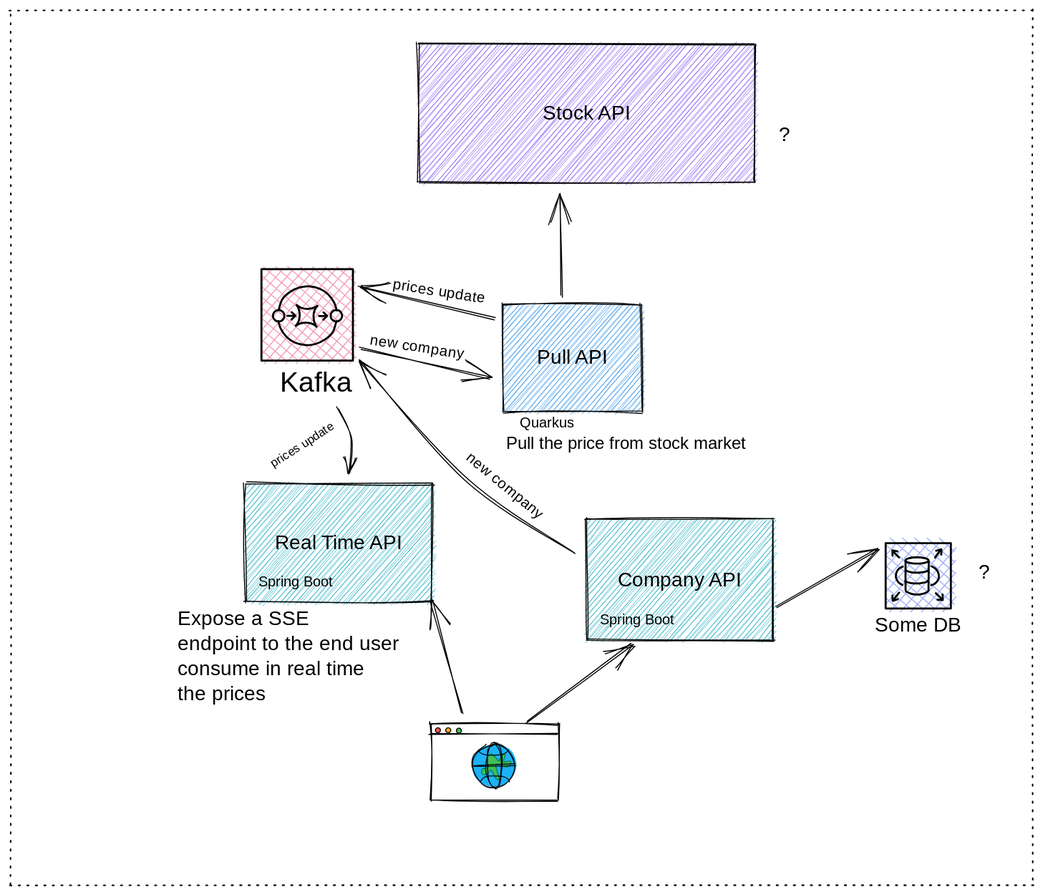
Earlier version of the Excalidraw export docs/idea.excalidraw.svg (jonasalessi/stock-prices-monitor). Source tidied: one line per element, renumbered; positions are measured from the earlier drawing's top-left corner, leaving out a move shared by most shapes.
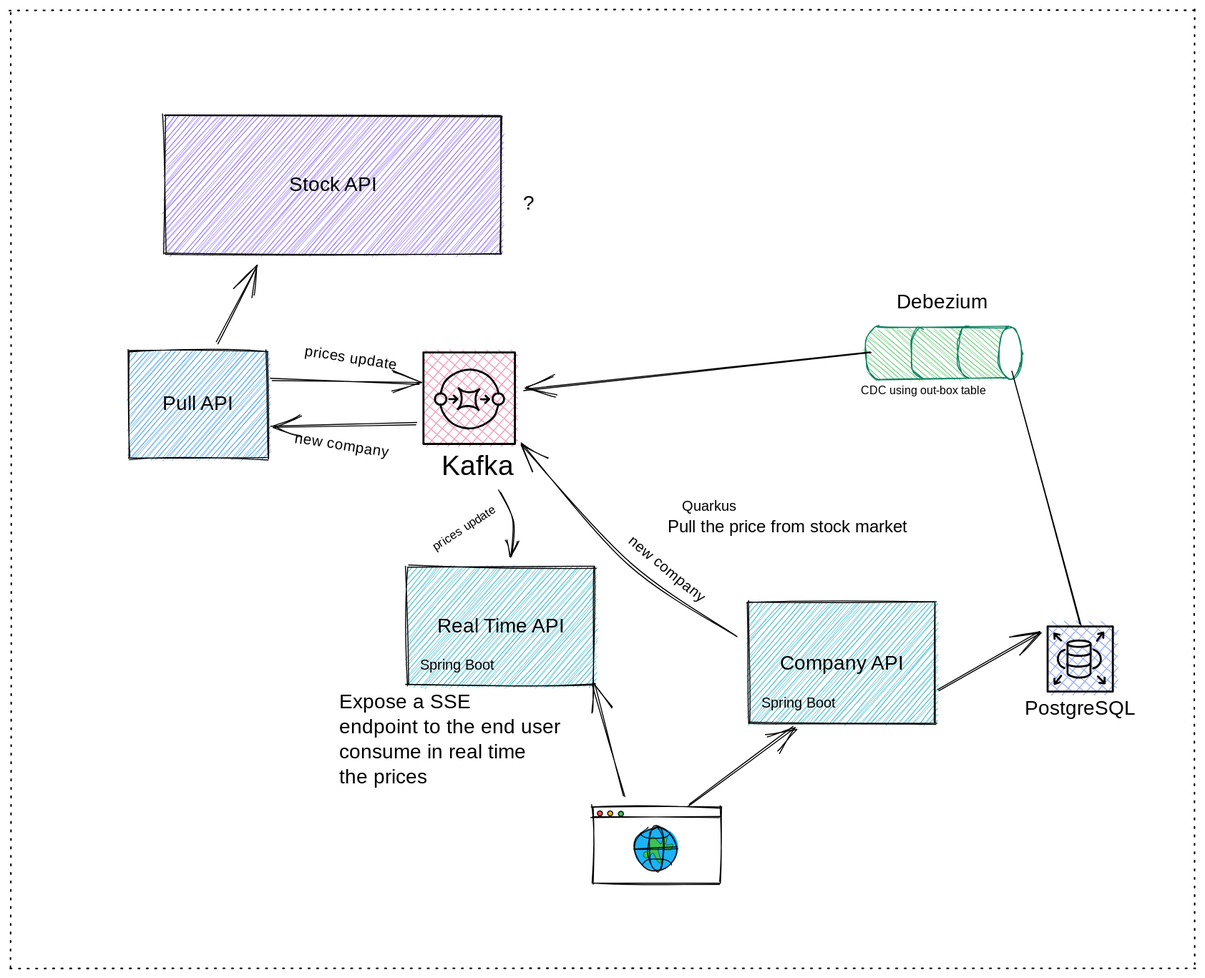
The same file after the commit.

Commit message:
Adjusts the diagram

What changed in the source:
```diff
@@ -1,7 +1,7 @@
-{"id": 0, "type": "rectangle", "strokeColor": "#000000", "backgroundColor": "#7950f2", "fillStyle": "hachure", "strokeWidth": 1, "roughness": 1, "x": 408, "y": 34, "width": 336, "height": 138}
+{"id": 0, "type": "rectangle", "strokeColor": "#000000", "backgroundColor": "#7950f2", "fillStyle": "hachure", "strokeWidth": 1, "roughness": 1, "x": -7, "y": 22, "width": 336, "height": 138}
-{"id": 1, "type": "rectangle", "strokeColor": "#000000", "backgroundColor": "#228be6", "fillStyle": "hachure", "strokeWidth": 1, "roughness": 1, "x": 492, "y": 294, "width": 139, "height": 107}
+{"id": 1, "type": "rectangle", "strokeColor": "#000000", "backgroundColor": "#228be6", "fillStyle": "hachure", "strokeWidth": 1, "roughness": 1, "x": -44, "y": 257, "width": 139, "height": 107}
-{"id": 2, "type": "text", "text": "Pull API", "strokeColor": "#000000", "strokeWidth": 1, "roughness": 1, "fontSize": 20, "fontFamily": 1, "textAlign": "center", "verticalAlign": "middle", "inside": 1, "x": 496, "y": 334, "width": 129, "height": 27}
+{"id": 2, "type": "text", "text": "Pull API", "strokeColor": "#000000", "strokeWidth": 1, "roughness": 1, "fontSize": 20, "fontFamily": 1, "textAlign": "center", "verticalAlign": "middle", "inside": 1, "x": -38, "y": 297, "width": 129, "height": 27}
-{"id": 3, "type": "text", "text": "Some DB", "strokeColor": "#000000", "strokeWidth": 1, "roughness": 1, "fontSize": 20, "fontFamily": 1, "textAlign": "center", "x": 862, "y": 602, "width": 88, "height": 25}
+{"id": 3, "type": "text", "text": "PostgreSQL", "strokeColor": "#000000", "strokeWidth": 1, "roughness": 1, "fontSize": 20, "fontFamily": 1, "textAlign": "center", "x": 849, "y": 602, "width": 115, "height": 25}
 {"id": 4, "type": "rectangle", "strokeColor": "#000000", "backgroundColor": "#4c6ef588", "fillStyle": "cross-hatch", "strokeWidth": 2, "roughness": 0, "x": 874, "y": 532, "width": 65, "height": 65}
 {"id": 5, "type": "line", "strokeColor": "#000000", "angle": 6.07, "backgroundColor": "#fd7e14", "fillStyle": "cross-hatch", "strokeWidth": 2, "roughness": 0, "endArrowhead": "arrow", "x": 925, "y": 581, "width": 5, "height": 7, "points": [[0, 0], [5, 7]]}
 {"id": 6, "type": "line", "strokeColor": "#000000", "angle": 0.03, "backgroundColor": "#fd7e14", "fillStyle": "cross-hatch", "strokeWidth": 2, "roughness": 0, "endArrowhead": "arrow", "x": 928, "y": 539, "width": 5, "height": 7, "points": [[0, 0], [-5, 7]]}
@@ -17,7 +17,7 @@
 {"id": 16, "type": "line", "strokeColor": "#000000", "strokeWidth": 2, "roughness": 0, "x": 893, "y": 570, "width": 23, "height": 3, "points": [[0, 0], [1, 1], [2, 2], [4, 2], [8, 3], [12, 3], [15, 2], [18, 2], [21, 1], [22, 1], [23, 0]]}
 {"id": 17, "type": "arrow", "strokeColor": "#000000", "angle": 6.03, "backgroundColor": "#fd7e14", "fillStyle": "cross-hatch", "strokeWidth": 2, "roughness": 0, "from": 14, "x": 893, "y": 556, "width": 9, "height": 18, "points": [[0, 0], [-3, 1], [-6, 2], [-8, 4], [-9, 7], [-9, 10], [-9, 13], [-7, 16], [-5, 18]]}
 {"id": 18, "type": "arrow", "strokeColor": "#000000", "angle": 0.31, "backgroundColor": "#fd7e14", "fillStyle": "cross-hatch", "strokeWidth": 2, "roughness": 0, "from": 14, "x": 917, "y": 556, "width": 11, "height": 18, "points": [[0, 0], [4, 1], [7, 2], [9, 4], [10, 7], [11, 10], [10, 13], [8, 16], [6, 18]]}
-{"id": 19, "type": "arrow", "strokeColor": "#000000", "strokeWidth": 1, "roughness": 1, "endArrowhead": "arrow", "from": 1, "to": 0, "x": 551, "y": 286, "width": 3, "height": 102, "points": [[0, 0], [-3, -102]]}
+{"id": 19, "type": "arrow", "strokeColor": "#000000", "strokeWidth": 1, "roughness": 1, "endArrowhead": "arrow", "from": 1, "to": 0, "x": 45, "y": 249, "width": 39, "height": 77, "points": [[0, 0], [39, -77]]}
 {"id": 20, "type": "arrow", "strokeColor": "#000000", "strokeWidth": 1, "roughness": 1, "endArrowhead": "arrow", "from": 56, "to": 4, "x": 764, "y": 597, "width": 102, "height": 58, "points": [[0, 0], [102, -58]]}
 {"id": 21, "type": "rectangle", "strokeColor": "#000000", "backgroundColor": "#15aabf", "fillStyle": "hachure", "strokeWidth": 1, "roughness": 1, "x": 234, "y": 473, "width": 187, "height": 118}
 {"id": 22, "type": "text", "text": "Real Time API", "strokeColor": "#000000", "strokeWidth": 1, "roughness": 1, "fontSize": 20, "fontFamily": 1, "textAlign": "center", "verticalAlign": "middle", "inside": 21, "x": 240, "y": 519, "width": 177, "height": 27}
@@ -33,7 +33,7 @@
 {"id": 32, "type": "line", "strokeColor": "#000000", "strokeWidth": 2, "roughness": 0, "x": 268, "y": 299, "width": 58, "height": 24, "points": [[0, 0], [4, -11], [12, -18], [21, -23], [31, -24], [42, -21], [50, -16], [56, -7], [58, 0]]}
 {"id": 33, "type": "line", "strokeColor": "#000000", "angle": 3.14, "strokeWidth": 2, "roughness": 0, "x": 268, "y": 334, "width": 58, "height": 24, "points": [[0, 0], [4, -11], [12, -18], [21, -23], [31, -24], [42, -21], [50, -16], [56, -7], [58, 0]]}
 {"id": 34, "type": "text", "text": "Kafka", "strokeColor": "#000000", "strokeWidth": 1, "roughness": 1, "fontSize": 28.05, "fontFamily": 1, "x": 269, "y": 356, "width": 83, "height": 35}
-{"id": 35, "type": "arrow", "strokeColor": "#000000", "strokeWidth": 1, "roughness": 1, "endArrowhead": "arrow", "from": 1, "to": 23, "x": 484, "y": 307, "width": 135, "height": 31, "points": [[0, 0], [-135, -31]]}
+{"id": 35, "type": "arrow", "strokeColor": "#000000", "strokeWidth": 1, "roughness": 1, "endArrowhead": "arrow", "from": 23, "to": 1, "x": 243, "y": 329, "width": 144, "height": 4, "points": [[0, 0], [-144, 4]]}
 {"id": 36, "type": "arrow", "strokeColor": "#000000", "strokeWidth": 1, "roughness": 1, "endArrowhead": "arrow", "from": 34, "to": 21, "x": 326, "y": 397, "width": 15, "height": 65, "points": [[0, 0], [15, 30], [13, 65]]}
 {"id": 37, "type": "rectangle", "strokeColor": "#000000", "strokeWidth": 1, "roughness": 1, "x": 420, "y": 712, "width": 128, "height": 77}
 {"id": 38, "type": "line", "strokeColor": "#000000", "strokeWidth": 1, "roughness": 1, "x": 419, "y": 723, "width": 129, "height": 0, "points": [[0, 0], [129, 0]]}
@@ -46,14 +46,13 @@
 {"id": 45, "type": "line", "strokeColor": "#000000", "backgroundColor": "#99bcff", "fillStyle": "solid", "strokeWidth": 1, "roughness": 0, "opacity": 90, "x": 468, "y": 738, "width": 29, "height": 6, "points": [[0, 0], [1, 2], [4, 4], [9, 5], [15, 5], [24, 5], [28, 2], [29, 0]]}
 {"id": 46, "type": "ellipse", "strokeColor": "#000000", "strokeWidth": 1, "roughness": 1, "opacity": 90, "x": 476, "y": 731, "width": 16, "height": 45}
 {"id": 47, "type": "line", "strokeColor": "#000000", "backgroundColor": "#99bcff", "fillStyle": "solid", "strokeWidth": 1, "roughness": 0, "opacity": 90, "x": 469, "y": 770, "width": 29, "height": 6, "points": [[0, 0], [4, -4], [9, -6], [15, -6], [24, -5], [28, -2], [29, 0]]}
-{"id": 48, "type": "text", "text": "Stock API", "strokeColor": "#000000", "strokeWidth": 1, "roughness": 1, "fontSize": 20, "fontFamily": 1, "textAlign": "center", "verticalAlign": "middle", "inside": 0, "x": 412, "y": 90, "width": 326, "height": 27}
+{"id": 48, "type": "text", "text": "Stock API", "strokeColor": "#000000", "strokeWidth": 1, "roughness": 1, "fontSize": 20, "fontFamily": 1, "textAlign": "center", "verticalAlign": "middle", "inside": 0, "x": -2, "y": 78, "width": 326, "height": 27}
 {"id": 49, "type": "text", "text": "Pull the price from stock market", "strokeColor": "#000000", "backgroundColor": "#15aabf", "fillStyle": "hachure", "strokeWidth": 1, "roughness": 1, "fontSize": 17.09, "fontFamily": 1, "x": 495, "y": 423, "width": 277, "height": 21}
-{"id": 50, "type": "text", "text": "?", "strokeColor": "#000000", "backgroundColor": "#15aabf", "fillStyle": "hachure", "strokeWidth": 1, "roughness": 1, "fontSize": 20, "fontFamily": 1, "x": 967, "y": 549, "width": 10, "height": 25}
 {"id": 51, "type": "text", "text": "Expose a SSE \nendpoint to the end user \nconsume in real time \nthe prices", "strokeColor": "#000000", "backgroundColor": "#15aabf", "fillStyle": "hachure", "strokeWidth": 1, "roughness": 1, "fontSize": 20, "fontFamily": 1, "x": 167, "y": 596, "width": 256, "height": 100}
-{"id": 52, "type": "text", "text": "?", "strokeColor": "#000000", "backgroundColor": "#15aabf", "fillStyle": "hachure", "strokeWidth": 1, "roughness": 1, "fontSize": 20, "fontFamily": 1, "x": 767, "y": 113, "width": 10, "height": 25}
+{"id": 52, "type": "text", "text": "?", "strokeColor": "#000000", "backgroundColor": "#15aabf", "fillStyle": "hachure", "strokeWidth": 1, "roughness": 1, "fontSize": 20, "fontFamily": 1, "x": 350, "y": 98, "width": 10, "height": 25}
 {"id": 53, "type": "text", "text": "Quarkus", "strokeColor": "#000000", "backgroundColor": "#15aabf", "fillStyle": "hachure", "strokeWidth": 1, "roughness": 1, "fontSize": 14.2, "fontFamily": 1, "x": 509, "y": 404, "width": 57, "height": 18}
 {"id": 54, "type": "text", "text": "Spring Boot", "strokeColor": "#000000", "backgroundColor": "#15aabf", "fillStyle": "hachure", "strokeWidth": 1, "roughness": 1, "fontSize": 14.2, "fontFamily": 1, "x": 248, "y": 562, "width": 81, "height": 18}
-{"id": 55, "type": "rectangle", "strokeColor": "#000000", "strokeWidth": 1, "strokeStyle": "dotted", "roughness": 1, "x": 0, "y": 0, "width": 1021, "height": 873}
+{"id": 55, "type": "rectangle", "strokeColor": "#000000", "strokeWidth": 1, "strokeStyle": "dotted", "roughness": 1, "x": -162, "y": -83, "width": 1183, "height": 956}
 {"id": 56, "type": "rectangle", "strokeColor": "#000000", "backgroundColor": "#15aabf", "fillStyle": "hachure", "strokeWidth": 1, "roughness": 1, "x": 575, "y": 508, "width": 187, "height": 121}
 {"id": 57, "type": "text", "text": "Company API", "strokeColor": "#000000", "backgroundColor": "#228be6", "fillStyle": "hachure", "strokeWidth": 1, "roughness": 1, "fontSize": 20, "fontFamily": 1, "textAlign": "center", "verticalAlign": "middle", "inside": 56, "x": 580, "y": 556, "width": 177, "height": 27}
 {"id": 58, "type": "arrow", "strokeColor": "#000000", "backgroundColor": "#228be6", "fillStyle": "hachure", "strokeWidth": 1, "roughness": 1, "endArrowhead": "arrow", "from": 56, "to": 23, "x": 563, "y": 542, "width": 214, "height": 193, "points": [[0, 0], [-107, -72], [-214, -193]]}
@@ -61,7 +60,15 @@
 {"id": 60, "type": "arrow", "strokeColor": "#000000", "backgroundColor": "#228be6", "fillStyle": "hachure", "strokeWidth": 1, "roughness": 1, "endArrowhead": "arrow", "from": 41, "to": 51, "x": 452, "y": 702, "width": 32, "height": 112, "points": [[0, 0], [-32, -112]]}
 {"id": 61, "type": "text", "text": "Spring Boot", "strokeColor": "#000000", "backgroundColor": "#15aabf", "fillStyle": "hachure", "strokeWidth": 1, "roughness": 1, "fontSize": 14.2, "fontFamily": 1, "x": 588, "y": 600, "width": 81, "height": 18}
 {"id": 62, "type": "text", "text": "new company", "strokeColor": "#000000", "angle": 0.69, "strokeWidth": 1, "roughness": 1, "fontSize": 14.66, "fontFamily": 1, "x": 447, "y": 464, "width": 87, "height": 18}
-{"id": 63, "type": "text", "text": "prices update", "strokeColor": "#000000", "angle": 0.15, "strokeWidth": 1, "roughness": 1, "fontSize": 14.66, "fontFamily": 1, "x": 382, "y": 273, "width": 98, "height": 18}
+{"id": 63, "type": "text", "text": "prices update", "strokeColor": "#000000", "angle": 0.15, "strokeWidth": 1, "roughness": 1, "fontSize": 14.66, "fontFamily": 1, "x": 132, "y": 256, "width": 98, "height": 18}
-{"id": 64, "type": "arrow", "strokeColor": "#000000", "strokeWidth": 1, "roughness": 1, "endArrowhead": "arrow", "from": 25, "to": 1, "x": 349, "y": 337, "width": 130, "height": 31, "points": [[0, 0], [130, 31]]}
+{"id": 64, "type": "arrow", "strokeColor": "#000000", "strokeWidth": 1, "roughness": 1, "endArrowhead": "arrow", "from": 1, "to": 23, "x": 99, "y": 285, "width": 148, "height": 5, "points": [[0, 0], [148, 5]]}
-{"id": 65, "type": "text", "text": "new company", "strokeColor": "#000000", "angle": 0.15, "strokeWidth": 1, "roughness": 1, "fontSize": 14.66, "fontFamily": 1, "x": 359, "y": 327, "width": 87, "height": 18}
+{"id": 65, "type": "text", "text": "new company", "strokeColor": "#000000", "angle": 0.15, "strokeWidth": 1, "roughness": 1, "fontSize": 14.66, "fontFamily": 1, "x": 122, "y": 342, "width": 87, "height": 18}
 {"id": 66, "type": "text", "text": "prices update", "strokeColor": "#000000", "angle": 5.71, "strokeWidth": 1, "roughness": 1, "fontSize": 12.0, "fontFamily": 1, "x": 255, "y": 425, "width": 80, "height": 15}
+{"id": 67, "type": "line", "strokeColor": "#087f5b", "angle": 1.57, "backgroundColor": "#40c057", "fillStyle": "hachure", "strokeWidth": 1, "roughness": 1, "x": 743, "y": 194, "width": 52, "height": 155, "points": [[0, 0], [0, 117], [0, 130], [3, 136], [12, 141], [28, 142], [43, 140], [51, 134], [52, 129], [52, 118], [52, 10], [52, 0], [49, -6], [41, -10], [25, -12], [12, -11], [2, -5], [0, 0], [0, 0]]}
+{"id": 68, "type": "line", "strokeColor": "#087f5b", "angle": 1.57, "strokeWidth": 1, "roughness": 1, "x": 719, "y": 253, "width": 51, "height": 13, "points": [[0, 0], [1, 5], [7, 9], [15, 12], [27, 12], [41, 10], [49, 5], [51, -1]]}
+{"id": 69, "type": "line", "strokeColor": "#087f5b", "angle": 1.57, "strokeWidth": 1, "roughness": 1, "x": 764, "y": 254, "width": 51, "height": 10, "points": [[0, 0], [1, 4], [7, 7], [15, 10], [27, 10], [41, 8], [49, 4], [51, 0]]}
+{"id": 70, "type": "ellipse", "strokeColor": "#087f5b", "angle": 1.57, "backgroundColor": "#fff", "fillStyle": "solid", "strokeWidth": 1, "roughness": 1, "x": 811, "y": 248, "width": 51, "height": 23}
+{"id": 71, "type": "text", "text": "Debezium", "strokeColor": "#000000", "strokeWidth": 1, "roughness": 1, "fontSize": 20, "fontFamily": 1, "x": 723, "y": 197, "width": 88, "height": 25}
+{"id": 72, "type": "line", "strokeColor": "#000000", "strokeWidth": 1, "roughness": 1, "x": 907, "y": 531, "width": 69, "height": 252, "points": [[0, 0], [-69, -252]]}
+{"id": 73, "type": "arrow", "strokeColor": "#000000", "strokeWidth": 1, "roughness": 1, "endArrowhead": "arrow", "to": 23, "x": 697, "y": 257, "width": 345, "height": 38, "points": [[0, 0], [-345, 38]]}
+{"id": 74, "type": "text", "text": "CDC using out-box table", "strokeColor": "#000000", "strokeWidth": 1, "roughness": 1, "fontSize": 11.2, "fontFamily": 1, "x": 688, "y": 290, "width": 137, "height": 14}
```
